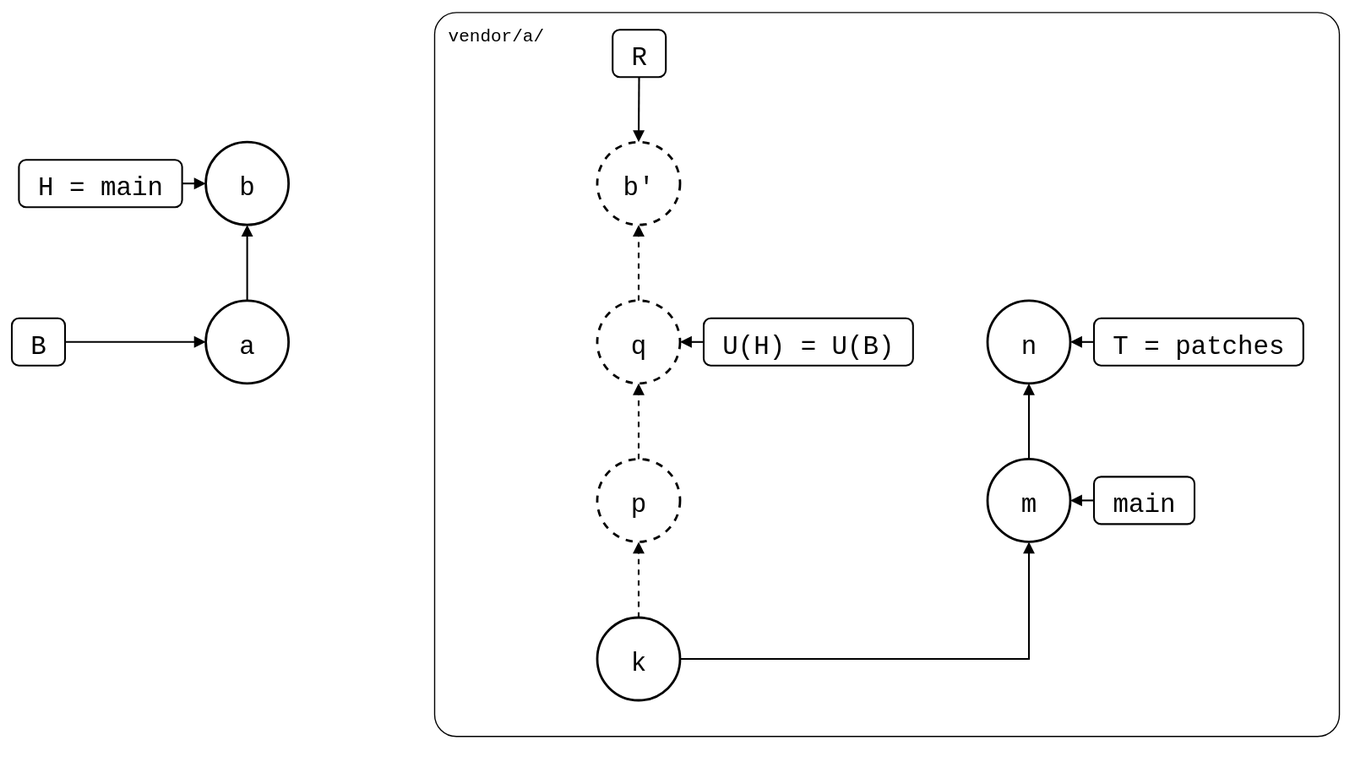
Before: git-splice/test/scenarios/06-rewritten-history/04-patch-branch-rebased/01-unpushed-local-commit/unpushed-local-commit.drawio.svg, a diagram exported from draw.io (roschaefer/episodes). Source tidied: cells renumbered, new cells last; positions are measured from the earlier drawing's top-left corner, leaving out a move shared by most shapes.
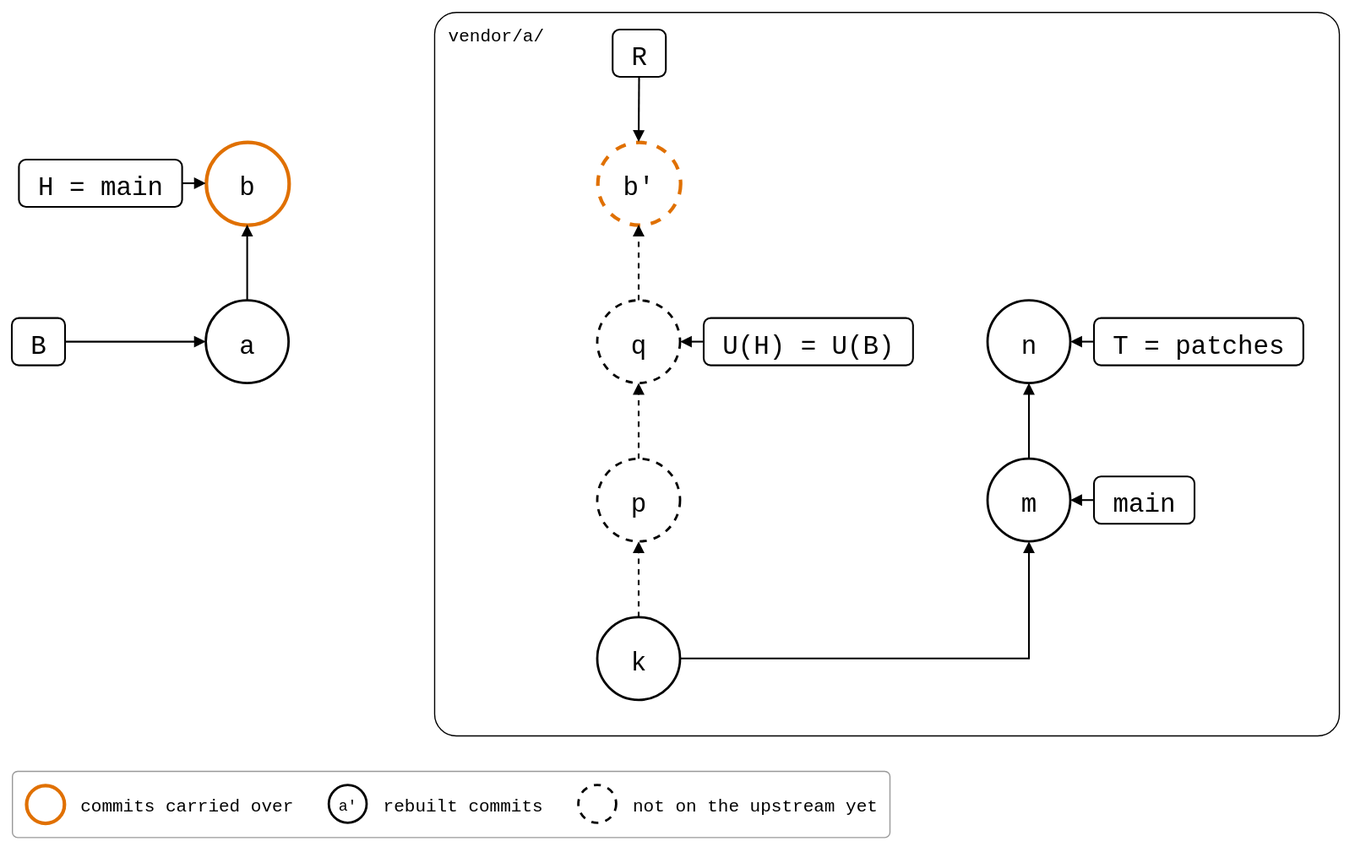
The same diagram one commit later.

What changed in the source:
```diff
@@ -23,10 +23,10 @@
     <mxCell id="8" value="a" style="ellipse;strokeWidth=2;fontSize=22;fontFamily=Roboto Mono,monospace;" parent="1" vertex="1">
       <mxGeometry x="164" y="244" width="70" height="70" as="geometry" />
     </mxCell>
-    <mxCell id="9" value="b" style="ellipse;strokeWidth=2;fontSize=22;fontFamily=Roboto Mono,monospace;" parent="1" vertex="1">
+    <mxCell id="9" value="b" style="ellipse;fontSize=22;fontFamily=Roboto Mono,monospace;strokeColor=#E07000;strokeWidth=3;" parent="1" vertex="1">
       <mxGeometry x="164" y="110" width="70" height="70" as="geometry" />
     </mxCell>
-    <mxCell id="10" value="b'" style="ellipse;strokeWidth=2;fontSize=22;fontFamily=Roboto Mono,monospace;dashed=1;" parent="1" vertex="1">
+    <mxCell id="10" value="b'" style="ellipse;fontSize=22;fontFamily=Roboto Mono,monospace;dashed=1;strokeColor=#E07000;strokeWidth=3;" parent="1" vertex="1">
       <mxGeometry x="495" y="110" width="70" height="70" as="geometry" />
     </mxCell>
     <mxCell id="11" value="H = main" style="rounded=1;strokeWidth=1.5;fontSize=22;fontFamily=Roboto Mono,monospace;" parent="1" vertex="1">
@@ -83,5 +83,26 @@
     <mxCell id="28" style="endArrow=block;endFill=1;html=1;strokeWidth=1.5;rounded=0;" parent="1" edge="1" source="16" target="7">
       <mxGeometry relative="1" as="geometry" />
     </mxCell>
+    <mxCell id="29" style="rounded=1;arcSize=8;fillColor=none;strokeColor=#999999;strokeWidth=1;legend=1;" parent="1" vertex="1">
+      <mxGeometry y="642" width="742" height="56" as="geometry" />
+    </mxCell>
+    <mxCell id="30" style="ellipse;fontSize=13;fontFamily=Roboto Mono,monospace;strokeColor=#E07000;strokeWidth=3;" parent="29" vertex="1">
+      <mxGeometry x="12" y="12" width="32" height="32" as="geometry" />
+    </mxCell>
+    <mxCell id="31" value="commits carried over" style="text;align=left;verticalAlign=middle;fontSize=15;fontFamily=Roboto Mono,monospace;" parent="29" vertex="1">
+      <mxGeometry x="56" y="12" width="180" height="32" as="geometry" />
+    </mxCell>
+    <mxCell id="32" value="a'" style="ellipse;fontSize=13;fontFamily=Roboto Mono,monospace;strokeWidth=2;" parent="29" vertex="1">
+      <mxGeometry x="268" y="12" width="32" height="32" as="geometry" />
+    </mxCell>
+    <mxCell id="33" value="rebuilt commits" style="text;align=left;verticalAlign=middle;fontSize=15;fontFamily=Roboto Mono,monospace;" parent="29" vertex="1">
+      <mxGeometry x="312" y="12" width="135" height="32" as="geometry" />
+    </mxCell>
+    <mxCell id="34" style="ellipse;fontSize=13;fontFamily=Roboto Mono,monospace;strokeWidth=2;dashed=1;" parent="29" vertex="1">
+      <mxGeometry x="479" y="12" width="32" height="32" as="geometry" />
+    </mxCell>
+    <mxCell id="35" value="not on the upstream yet" style="text;align=left;verticalAlign=middle;fontSize=15;fontFamily=Roboto Mono,monospace;" parent="29" vertex="1">
+      <mxGeometry x="523" y="12" width="207" height="32" as="geometry" />
+    </mxCell>
   </root>
 </mxGraphModel>
```
